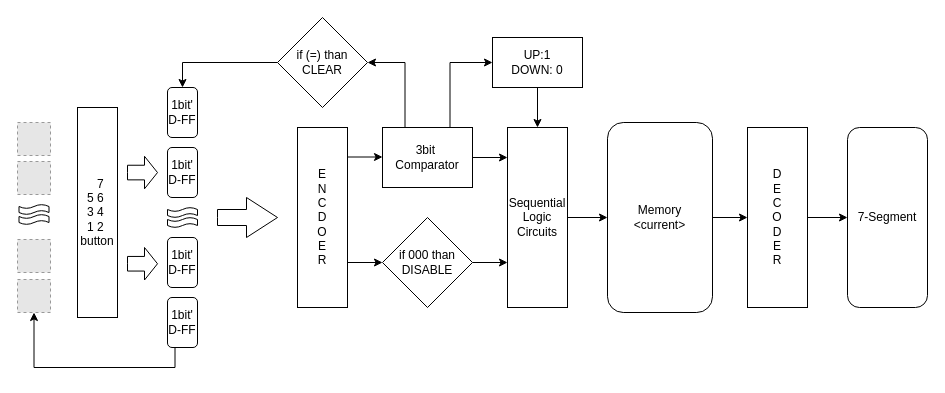
The draw.io diagram 발표용_4비트엘리베이터.drawio in CherryPichu/Elevator_Controller, before the edit. Source tidied: cells renumbered, new cells numbered last; positions are measured from the earlier drawing's top-left corner, leaving out a move shared by most shapes. Both pictures are drawn from the tidied source at 100%, with x=0, y=0 at pixel (17, 17). Pictures stored in the file or linked from it are replaced by grey dashed boxes.
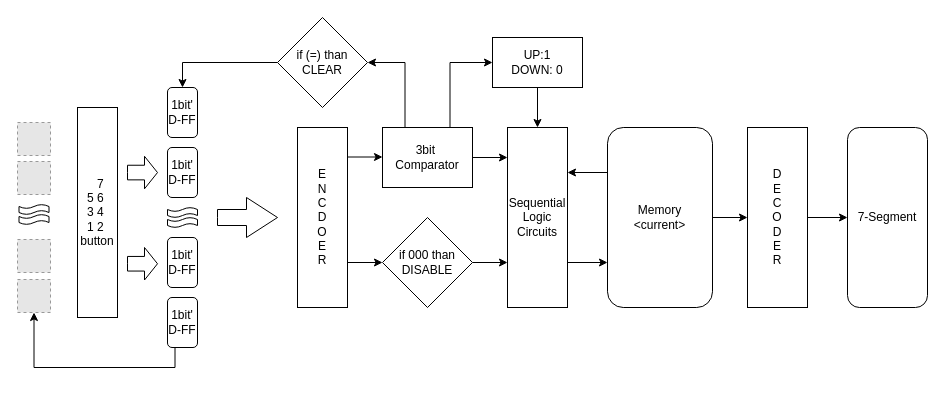
Above is the later version.

Commit message:
Update 발표용_4비트엘리베이터.drawio

The change refers to these unchanged cells:
```xml
<mxCell id="3" value="Sequential&lt;br&gt;Logic Circuits" style="rounded=1;whiteSpace=wrap;html=1;arcSize=0;" parent="1" vertex="1">
  <mxGeometry x="490" y="110" width="60" height="180" as="geometry" />
</mxCell>
```

Diff of the diagram source:
```diff
@@
-    <mxCell id="2" style="edgeStyle=orthogonalEdgeStyle;rounded=0;jettySize=auto;html=1;exitX=1;exitY=0.5;exitDx=0;exitDy=0;entryX=0;entryY=0.5;entryDx=0;entryDy=0;" parent="1" edge="1" source="3" target="24">
+    <mxCell id="2" style="edgeStyle=orthogonalEdgeStyle;rounded=0;jettySize=auto;html=1;exitX=1;exitY=0.75;exitDx=0;exitDy=0;entryX=0;entryY=0.75;entryDx=0;entryDy=0;" parent="1" edge="1" source="3" target="24">
       <mxGeometry relative="1" as="geometry" />
     </mxCell>
@@
+    <mxCell id="39" style="edgeStyle=orthogonalEdgeStyle;rounded=0;jettySize=auto;html=1;exitX=0;exitY=0.25;exitDx=0;exitDy=0;entryX=1;entryY=0.25;entryDx=0;entryDy=0;" parent="1" edge="1" source="24" target="3">
+      <mxGeometry relative="1" as="geometry" />
+    </mxCell>
     <mxCell id="24" value="Memory&lt;br&gt;&amp;lt;current&amp;gt;" style="rounded=1;whiteSpace=wrap;html=1;" parent="1" vertex="1">
-      <mxGeometry x="590" y="105" width="105" height="190" as="geometry" />
+      <mxGeometry x="590" y="110" width="105" height="180" as="geometry" />
     </mxCell>
```
